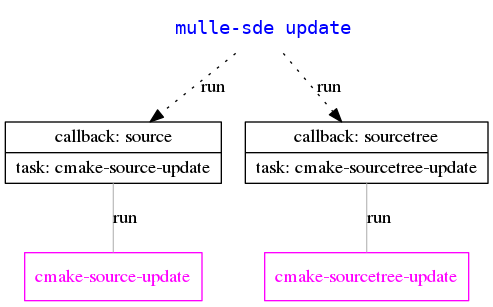
Earlier version of the Graphviz export dox/mulle-sde-update.png (mulle-sde/mulle-sde-developer). Its source is kept beside it as dox/mulle-sde-update.dot.
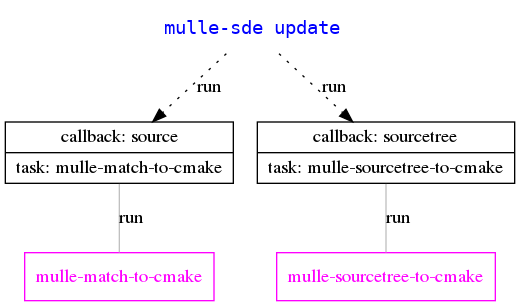
Later version of the same file.

Change to the diagram source:
```diff
@@ -4,18 +4,18 @@
     node[shape=record];
     edge[ arrowhead="none", color="gray", label="run"]
 
-    { rank = same;  "cmake-sourcetree-update", "cmake-source-update" };
+    { rank = same;  "mulle-sourcetree-to-cmake", "mulle-match-to-cmake" };
     { rank = same;  "source-callback", "sourcetree-callback" };
     { rank = last;  "mulle-sde update" };
 
-    "source-callback"        [ label="{ callback: source| task: cmake-source-update}"];
-    "sourcetree-callback"    [ label="{ callback: sourcetree| task: cmake-sourcetree-update}"];
+    "source-callback"        [ label="{ callback: source| task: mulle-match-to-cmake}"];
+    "sourcetree-callback"    [ label="{ callback: sourcetree| task: mulle-sourcetree-to-cmake}"];
 
-    "cmake-source-update" [ color="magenta", fontcolor="magenta" ]
-    "cmake-sourcetree-update" [ color="magenta", fontcolor="magenta" ]
+    "mulle-match-to-cmake" [ color="magenta", fontcolor="magenta" ]
+    "mulle-sourcetree-to-cmake" [ color="magenta", fontcolor="magenta" ]
 
-    "source-callback"      ->  "cmake-source-update"
-    "sourcetree-callback"  ->  "cmake-sourcetree-update"
+    "source-callback"      ->  "mulle-match-to-cmake"
+    "sourcetree-callback"  ->  "mulle-sourcetree-to-cmake"
 
     "mulle-sde update"  [ shape="none", fontname="monospace", fontcolor="blue"]
 
```
